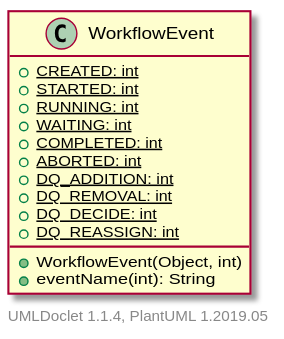
Before: apidocs/2.11.0.M8-SNAPSHOT/org/apache/wiki/event/WorkflowEvent.svg, a diagram exported from PlantUML (apache/jspwiki-site).
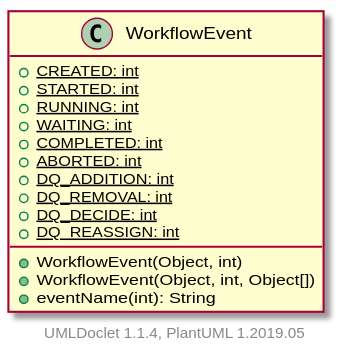
After the commit.

The edit, as a diff of the source:
```diff
@@ -12,6 +12,7 @@
         {static} +DQ_DECIDE: int
         {static} +DQ_REASSIGN: int
         +WorkflowEvent(Object, int)
+        +WorkflowEvent(Object, int, Object[])
         +eventName(int): String
     }
 
```
